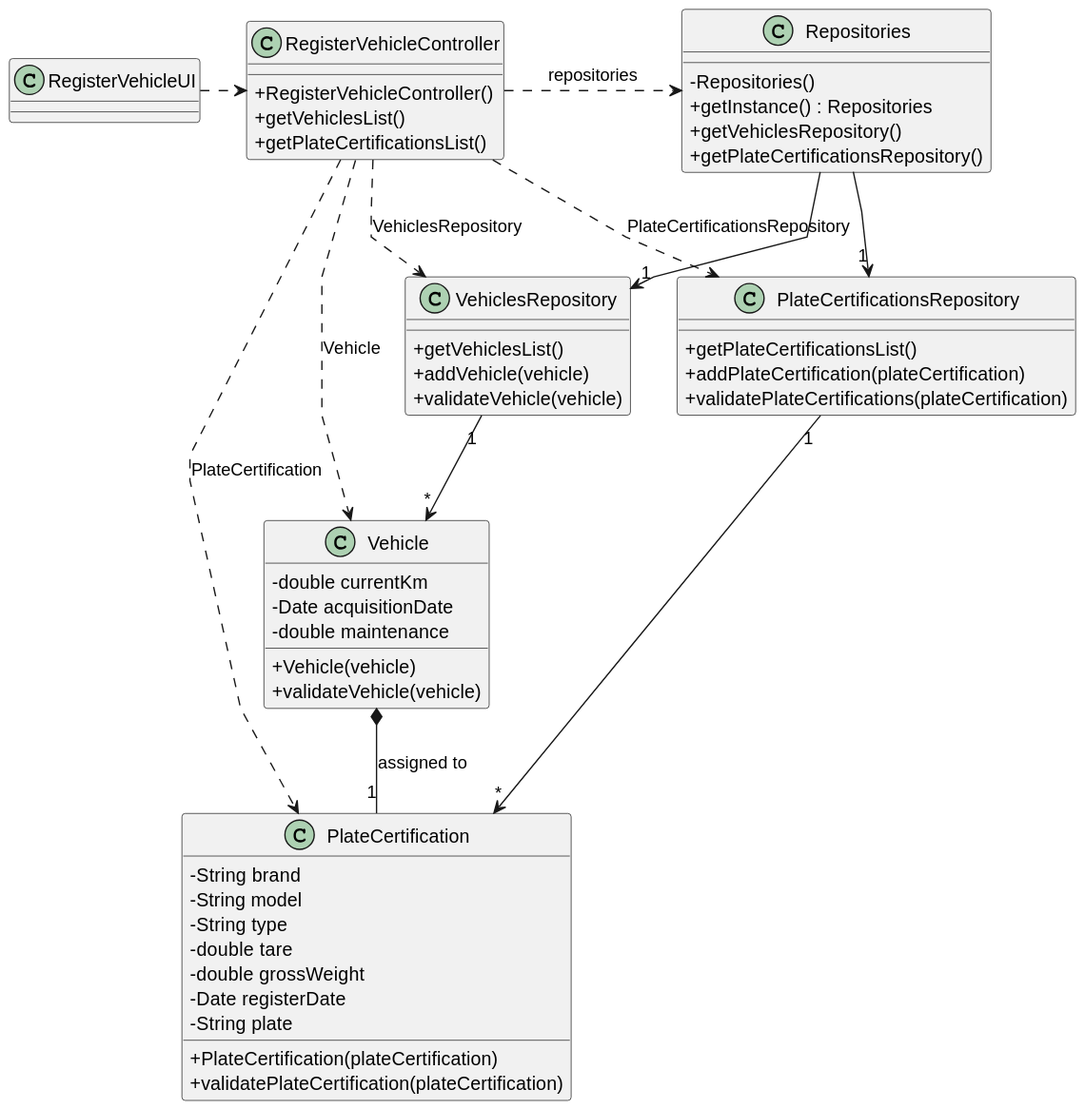
Before: docs/sprint2/us006/03.design/svg/us006-class-diagram.svg, a diagram exported from PlantUML (1231360-ISEP/lei-24-s2-1db-g021).
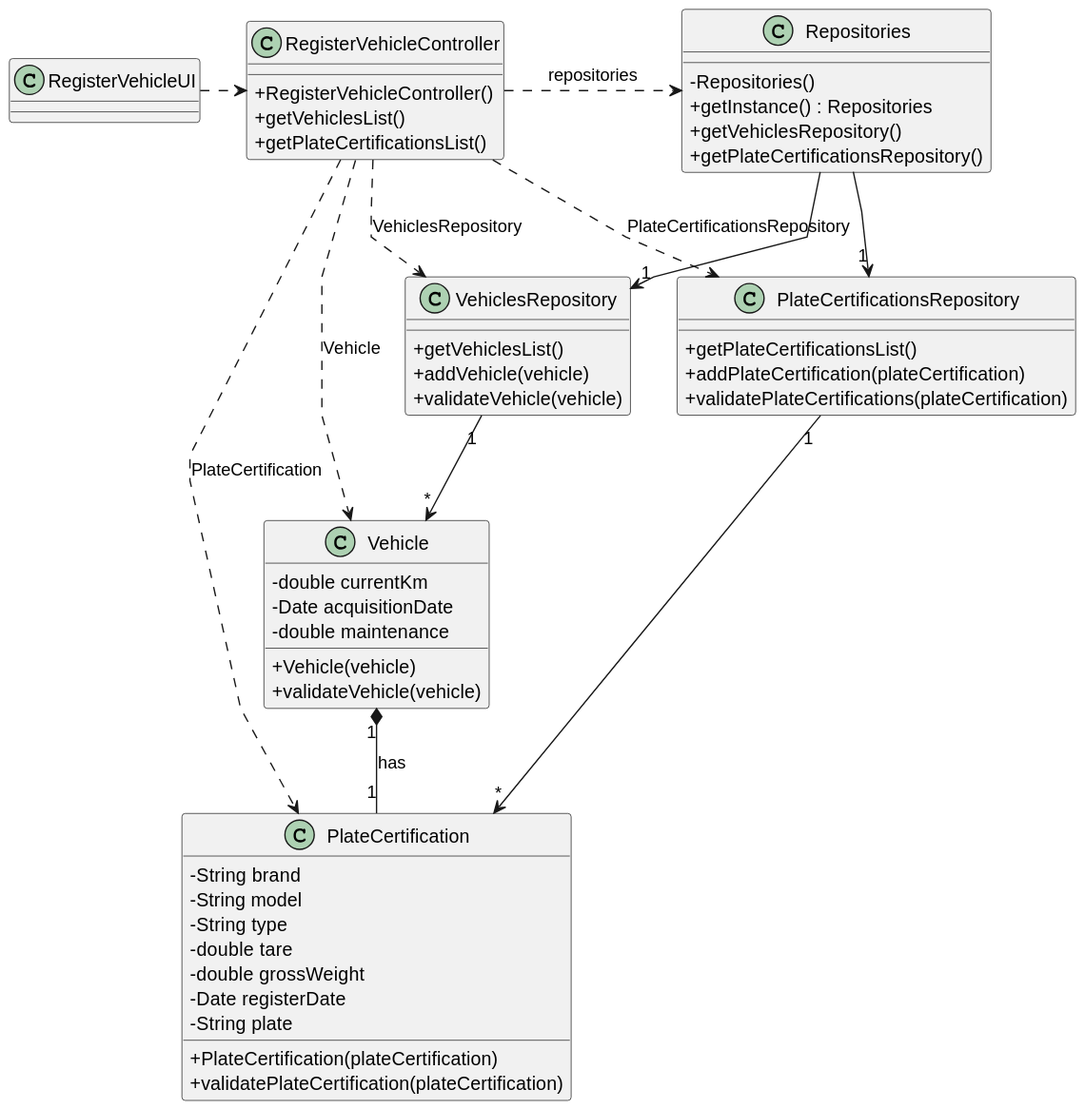
After the change.

Commit message:
US6 - update class diagram and full diagram

Diff of the diagram source:
```diff
@@ -20,7 +20,6 @@
     + getPlateCertificationsRepository()
 }
 
-
 class Vehicle {
     - double currentKm
     - Date acquisitionDate
@@ -34,18 +33,6 @@
     + addVehicle(vehicle)
     + validateVehicle(vehicle)
 }
-
-RegisterVehicleUI .> RegisterVehicleController
-
-RegisterVehicleController .> Repositories : repositories
-
-
-Repositories --> "1" VehiclesRepository
-
-RegisterVehicleController ..> Vehicle : Vehicle
-RegisterVehicleController ..> VehiclesRepository : VehiclesRepository
-
-VehiclesRepository "1" --> "*" Vehicle
 
 class PlateCertification {
     - String brand
@@ -65,6 +52,15 @@
     + validatePlateCertifications(plateCertification)
 }
 
+RegisterVehicleUI .> RegisterVehicleController
+
+RegisterVehicleController .> Repositories : repositories
+Repositories --> "1" VehiclesRepository
+
+RegisterVehicleController ..> Vehicle : Vehicle
+RegisterVehicleController ..> VehiclesRepository : VehiclesRepository
+
+VehiclesRepository "1" --> "*" Vehicle
 
 Repositories --> "1" PlateCertificationsRepository
 
@@ -73,5 +69,5 @@
 
 PlateCertificationsRepository "1" --> "*" PlateCertification
 
-Vehicle *-- "1" PlateCertification : assigned to
+Vehicle "1" *-- "1" PlateCertification : has
 @enduml
```
